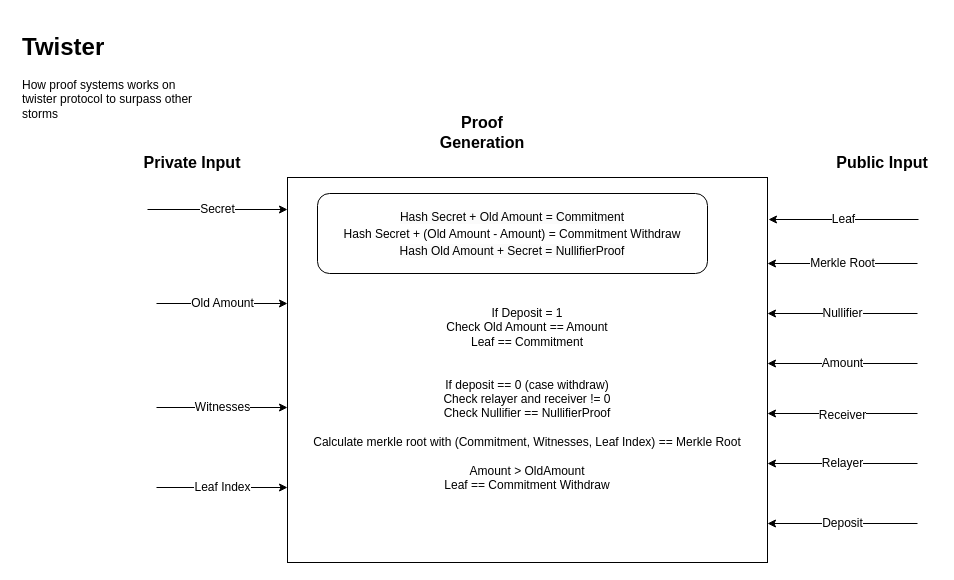
youtpout/twister keeps this draw.io diagram as proof.drawio. Above is the earlier version. Source tidied: cells renumbered, new cells numbered last; positions are measured from the earlier drawing's top-left corner, leaving out a move shared by most shapes. Both pictures are drawn from the tidied source at 100%, with x=0, y=0 at pixel (17, 27).
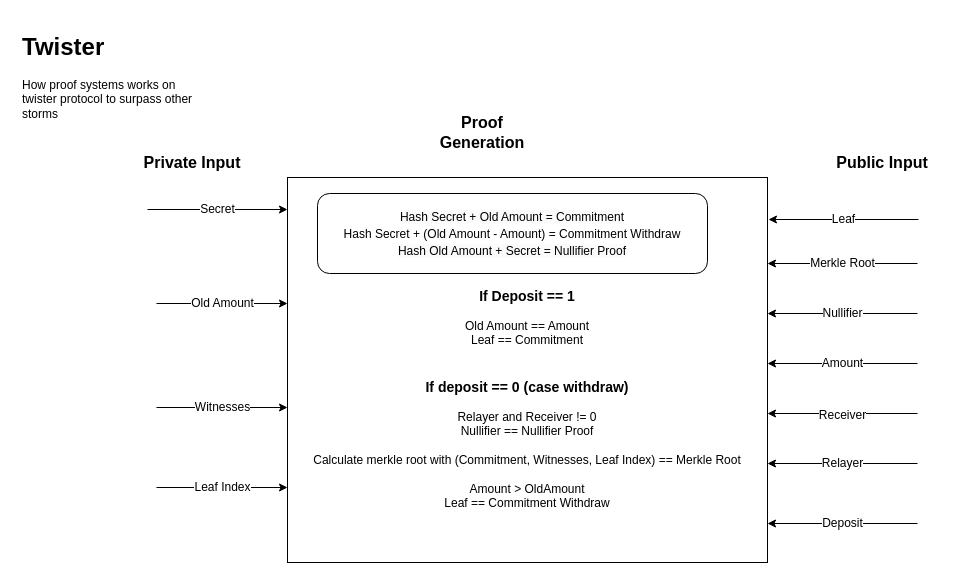
The same diagram, later.

Commit message (it also covers changes not shown here):
update proof schema

Change to the diagram source:
```diff
@@
-    <mxCell id="2" value="&lt;br&gt;&lt;br&gt;&lt;br&gt;&lt;br&gt;&lt;br&gt;If Deposit = 1&lt;br&gt;Check Old Amount == Amount&lt;br&gt;Leaf == Commitment&lt;br&gt;&lt;br&gt;&lt;br&gt;If deposit == 0 (case withdraw)&lt;br&gt;Check relayer and receiver != 0&lt;br&gt;Check Nullifier == NullifierProof&lt;br&gt;&lt;br&gt;Calculate merkle root with (Commitment, Witnesses, Leaf Index) == Merkle Root&lt;br&gt;&lt;br&gt;Amount &amp;gt; OldAmount&lt;br&gt;Leaf == Commitment Withdraw&lt;br&gt;&amp;nbsp;" style="rounded=0;whiteSpace=wrap;html=1;" parent="1" vertex="1">
+    <mxCell id="2" value="&lt;br&gt;&lt;br&gt;&lt;br&gt;&lt;br&gt;&lt;br&gt;&lt;b&gt;&lt;font style=&quot;font-size: 14px;&quot;&gt;If Deposit == 1&lt;/font&gt;&lt;/b&gt;&lt;br&gt;&lt;br&gt;Old Amount == Amount&lt;br&gt;Leaf == Commitment&lt;br&gt;&lt;br&gt;&lt;font style=&quot;font-size: 14px;&quot;&gt;&lt;b&gt;&lt;br&gt;If deposit == 0 (case withdraw)&lt;br&gt;&lt;/b&gt;&lt;/font&gt;&lt;br&gt;Relayer and Receiver != 0&lt;br&gt;Nullifier == Nullifier Proof&lt;br&gt;&lt;br&gt;Calculate merkle root with (Commitment, Witnesses, Leaf Index) == Merkle Root&lt;br&gt;&lt;br&gt;Amount &amp;gt; OldAmount&lt;br&gt;Leaf == Commitment Withdraw&lt;br&gt;&amp;nbsp;" style="rounded=0;whiteSpace=wrap;html=1;" parent="1" vertex="1">
       <mxGeometry x="270" y="150" width="480" height="385" as="geometry" />
     </mxCell>
@@
-    <mxCell id="18" value="&lt;span style=&quot;color: rgb(0, 0, 0); font-family: Helvetica; font-size: 12px; font-style: normal; font-variant-ligatures: normal; font-variant-caps: normal; font-weight: 400; letter-spacing: normal; orphans: 2; text-align: center; text-indent: 0px; text-transform: none; widows: 2; word-spacing: 0px; -webkit-text-stroke-width: 0px; background-color: rgb(251, 251, 251); text-decoration-thickness: initial; text-decoration-style: initial; text-decoration-color: initial; float: none; display: inline !important;&quot;&gt;Hash Secret + Old Amount = Commitment&lt;br&gt;&lt;/span&gt;&lt;span style=&quot;font-size: 12px;&quot;&gt;Hash Secret + (Old Amount - Amount) = Commitment Withdraw&lt;/span&gt;&lt;br style=&quot;border-color: var(--border-color); color: rgb(0, 0, 0); font-family: Helvetica; font-size: 12px; font-style: normal; font-variant-ligatures: normal; font-variant-caps: normal; font-weight: 400; letter-spacing: normal; orphans: 2; text-align: center; text-indent: 0px; text-transform: none; widows: 2; word-spacing: 0px; -webkit-text-stroke-width: 0px; background-color: rgb(251, 251, 251); text-decoration-thickness: initial; text-decoration-style: initial; text-decoration-color: initial;&quot;&gt;&lt;span style=&quot;color: rgb(0, 0, 0); font-family: Helvetica; font-size: 12px; font-style: normal; font-variant-ligatures: normal; font-variant-caps: normal; font-weight: 400; letter-spacing: normal; orphans: 2; text-align: center; text-indent: 0px; text-transform: none; widows: 2; word-spacing: 0px; -webkit-text-stroke-width: 0px; background-color: rgb(251, 251, 251); text-decoration-thickness: initial; text-decoration-style: initial; text-decoration-color: initial; float: none; display: inline !important;&quot;&gt;Hash Old Amount + Secret = NullifierProof&lt;/span&gt;" style="rounded=1;whiteSpace=wrap;html=1;glass=0;fontSize=14;" parent="1" vertex="1">
+    <mxCell id="18" value="&lt;span style=&quot;color: rgb(0, 0, 0); font-family: Helvetica; font-size: 12px; font-style: normal; font-variant-ligatures: normal; font-variant-caps: normal; font-weight: 400; letter-spacing: normal; orphans: 2; text-align: center; text-indent: 0px; text-transform: none; widows: 2; word-spacing: 0px; -webkit-text-stroke-width: 0px; background-color: rgb(251, 251, 251); text-decoration-thickness: initial; text-decoration-style: initial; text-decoration-color: initial; float: none; display: inline !important;&quot;&gt;Hash Secret + Old Amount = Commitment&lt;br&gt;&lt;/span&gt;&lt;span style=&quot;font-size: 12px;&quot;&gt;Hash Secret + (Old Amount - Amount) = Commitment Withdraw&lt;/span&gt;&lt;br style=&quot;border-color: var(--border-color); color: rgb(0, 0, 0); font-family: Helvetica; font-size: 12px; font-style: normal; font-variant-ligatures: normal; font-variant-caps: normal; font-weight: 400; letter-spacing: normal; orphans: 2; text-align: center; text-indent: 0px; text-transform: none; widows: 2; word-spacing: 0px; -webkit-text-stroke-width: 0px; background-color: rgb(251, 251, 251); text-decoration-thickness: initial; text-decoration-style: initial; text-decoration-color: initial;&quot;&gt;&lt;span style=&quot;color: rgb(0, 0, 0); font-family: Helvetica; font-size: 12px; font-style: normal; font-variant-ligatures: normal; font-variant-caps: normal; font-weight: 400; letter-spacing: normal; orphans: 2; text-align: center; text-indent: 0px; text-transform: none; widows: 2; word-spacing: 0px; -webkit-text-stroke-width: 0px; background-color: rgb(251, 251, 251); text-decoration-thickness: initial; text-decoration-style: initial; text-decoration-color: initial; float: none; display: inline !important;&quot;&gt;Hash Old Amount + Secret = Nullifier Proof&lt;/span&gt;" style="rounded=1;whiteSpace=wrap;html=1;glass=0;fontSize=14;" parent="1" vertex="1">
       <mxGeometry x="300" y="166" width="390" height="80" as="geometry" />
     </mxCell>
```
